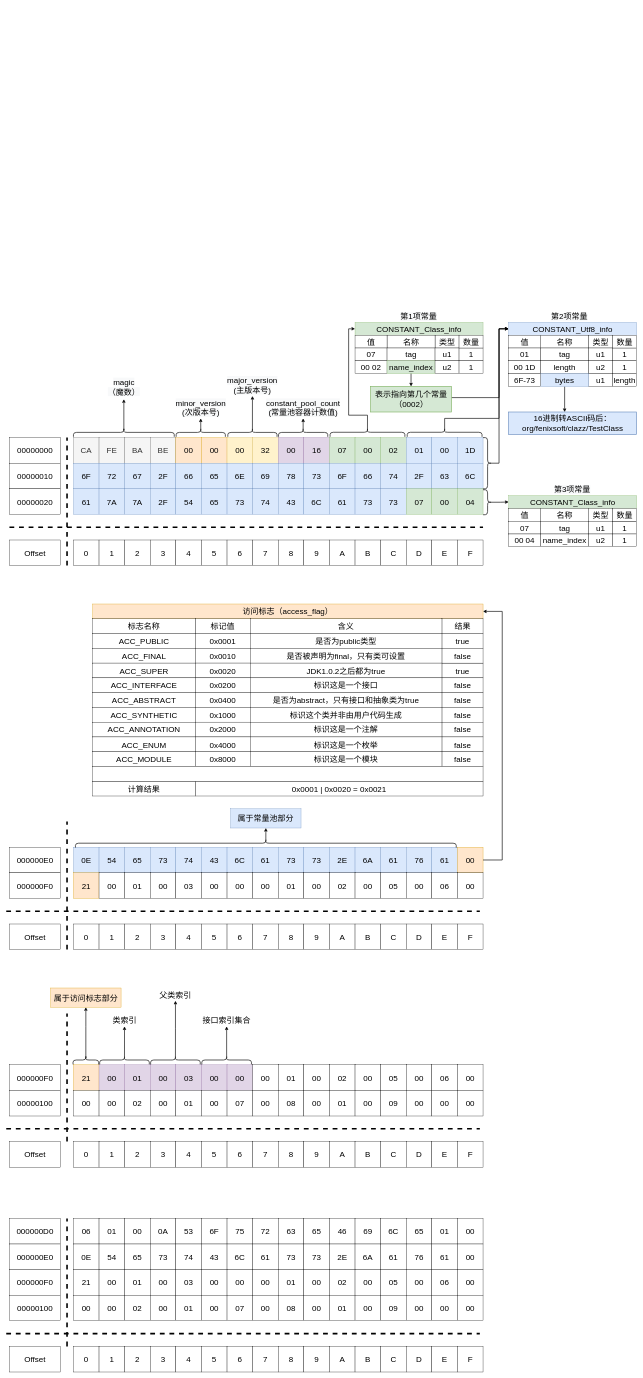
Before: 常量池/Untitled Diagram.drawio in zero-97/picture-of-the-article, a draw.io diagram. Source tidied: cells renumbered, new cells numbered last; positions are measured from the earlier drawing's top-left corner, leaving out a move shared by most shapes. Both pictures are drawn from the tidied source at 32%, with x=0, y=0 at pixel (6, 309).
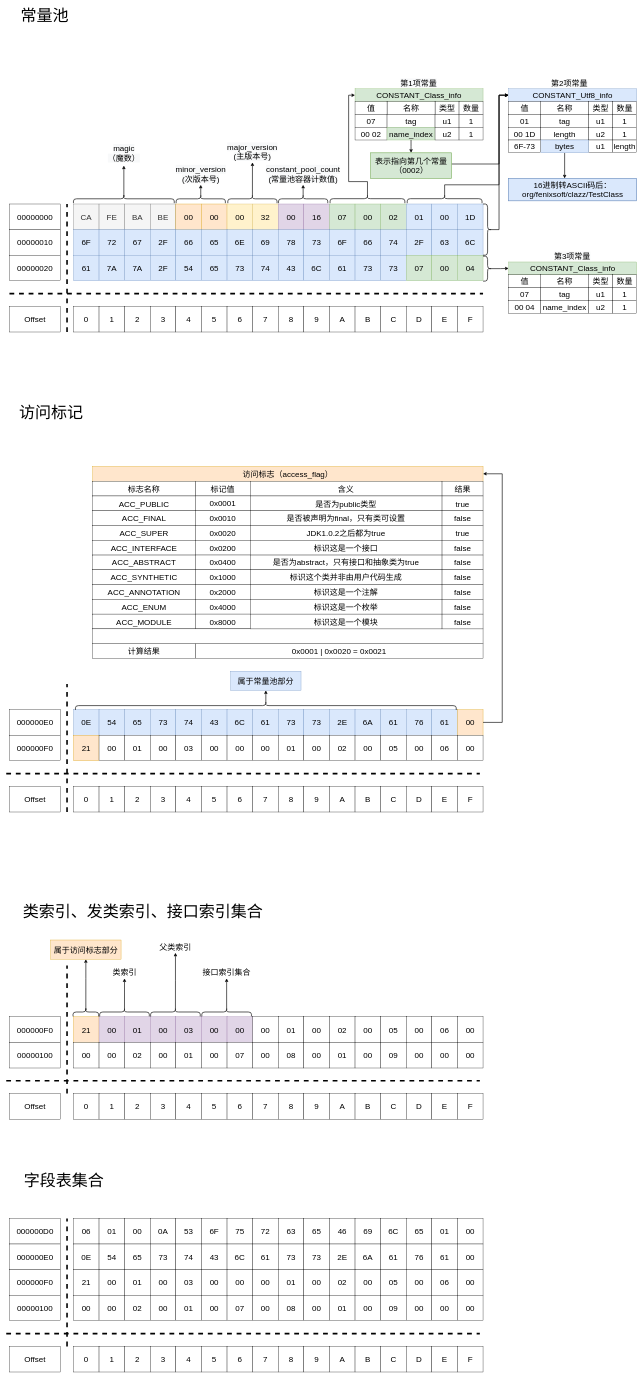
Above is the later version.

The edit, as a diff of the source:
```diff
@@
     <mxCell id="2" style="group;" parent="1" vertex="1">
-      <mxGeometry x="10" y="80" width="1960" height="720" as="geometry" />
+      <mxGeometry x="10" y="-650" width="1960" height="720" as="geometry" />
     </mxCell>
@@
     <mxCell id="157" value="21" style="whiteSpace=wrap;html=1;fontSize=25;fillColor=#ffe6cc;strokeColor=#d79b00;" parent="1" vertex="1">
-      <mxGeometry x="210" y="2360" width="80" height="80" as="geometry" />
+      <mxGeometry x="210" y="2210" width="80" height="80" as="geometry" />
     </mxCell>
     <mxCell id="158" value="00" style="whiteSpace=wrap;html=1;fontSize=25;fillColor=#e1d5e7;strokeColor=#9673a6;" parent="1" vertex="1">
-      <mxGeometry x="290" y="2360" width="80" height="80" as="geometry" />
+      <mxGeometry x="290" y="2210" width="80" height="80" as="geometry" />
     </mxCell>
     <mxCell id="159" value="01" style="whiteSpace=wrap;html=1;fontSize=25;fillColor=#e1d5e7;strokeColor=#9673a6;" parent="1" vertex="1">
-      <mxGeometry x="370" y="2360" width="80" height="80" as="geometry" />
+      <mxGeometry x="370" y="2210" width="80" height="80" as="geometry" />
     </mxCell>
     <mxCell id="160" value="00" style="whiteSpace=wrap;html=1;fontSize=25;fillColor=#e1d5e7;strokeColor=#9673a6;" parent="1" vertex="1">
-      <mxGeometry x="450" y="2360" width="80" height="80" as="geometry" />
+      <mxGeometry x="450" y="2210" width="80" height="80" as="geometry" />
     </mxCell>
     <mxCell id="161" value="03" style="whiteSpace=wrap;html=1;fontSize=25;fillColor=#e1d5e7;strokeColor=#9673a6;" parent="1" vertex="1">
-      <mxGeometry x="530" y="2360" width="80" height="80" as="geometry" />
+      <mxGeometry x="530" y="2210" width="80" height="80" as="geometry" />
     </mxCell>
     <mxCell id="162" value="00" style="whiteSpace=wrap;html=1;fontSize=25;fillColor=#e1d5e7;strokeColor=#9673a6;" parent="1" vertex="1">
-      <mxGeometry x="610" y="2360" width="80" height="80" as="geometry" />
+      <mxGeometry x="610" y="2210" width="80" height="80" as="geometry" />
     </mxCell>
     <mxCell id="163" value="00" style="whiteSpace=wrap;html=1;fontSize=25;fillColor=#e1d5e7;strokeColor=#9673a6;" parent="1" vertex="1">
-      <mxGeometry x="690" y="2360" width="80" height="80" as="geometry" />
+      <mxGeometry x="690" y="2210" width="80" height="80" as="geometry" />
     </mxCell>
     <mxCell id="164" value="00" style="whiteSpace=wrap;html=1;fontSize=25;" parent="1" vertex="1">
-      <mxGeometry x="770" y="2360" width="80" height="80" as="geometry" />
+      <mxGeometry x="770" y="2210" width="80" height="80" as="geometry" />
     </mxCell>
     <mxCell id="165" value="01" style="whiteSpace=wrap;html=1;fontSize=25;" parent="1" vertex="1">
-      <mxGeometry x="850" y="2360" width="80" height="80" as="geometry" />
+      <mxGeometry x="850" y="2210" width="80" height="80" as="geometry" />
     </mxCell>
     <mxCell id="166" value="00" style="whiteSpace=wrap;html=1;fontSize=25;" parent="1" vertex="1">
-      <mxGeometry x="930" y="2360" width="80" height="80" as="geometry" />
+      <mxGeometry x="930" y="2210" width="80" height="80" as="geometry" />
     </mxCell>
     <mxCell id="167" value="02" style="whiteSpace=wrap;html=1;fontSize=25;" parent="1" vertex="1">
-      <mxGeometry x="1010" y="2360" width="80" height="80" as="geometry" />
+      <mxGeometry x="1010" y="2210" width="80" height="80" as="geometry" />
     </mxCell>
     <mxCell id="168" value="00" style="whiteSpace=wrap;html=1;fontSize=25;" parent="1" vertex="1">
-      <mxGeometry x="1090" y="2360" width="80" height="80" as="geometry" />
+      <mxGeometry x="1090" y="2210" width="80" height="80" as="geometry" />
     </mxCell>
     <mxCell id="169" value="05" style="whiteSpace=wrap;html=1;fontSize=25;" parent="1" vertex="1">
-      <mxGeometry x="1170" y="2360" width="80" height="80" as="geometry" />
+      <mxGeometry x="1170" y="2210" width="80" height="80" as="geometry" />
     </mxCell>
     <mxCell id="170" value="00" style="whiteSpace=wrap;html=1;fontSize=25;" parent="1" vertex="1">
-      <mxGeometry x="1250" y="2360" width="80" height="80" as="geometry" />
+      <mxGeometry x="1250" y="2210" width="80" height="80" as="geometry" />
     </mxCell>
     <mxCell id="171" value="06" style="whiteSpace=wrap;html=1;fontSize=25;" parent="1" vertex="1">
-      <mxGeometry x="1330" y="2360" width="80" height="80" as="geometry" />
+      <mxGeometry x="1330" y="2210" width="80" height="80" as="geometry" />
     </mxCell>
     <mxCell id="172" value="00" style="whiteSpace=wrap;html=1;fontSize=25;" parent="1" vertex="1">
-      <mxGeometry x="1410" y="2360" width="80" height="80" as="geometry" />
+      <mxGeometry x="1410" y="2210" width="80" height="80" as="geometry" />
     </mxCell>
     <mxCell id="173" style="group;" parent="1" vertex="1">
-      <mxGeometry x="210" y="2600" width="1280" height="80" as="geometry" />
+      <mxGeometry x="210" y="2450" width="1280" height="80" as="geometry" />
     </mxCell>
@@
     <mxCell id="190" style="group;" parent="1" vertex="1">
-      <mxGeometry x="10" y="2200" width="160" height="240" as="geometry" />
+      <mxGeometry x="10" y="2050" width="160" height="240" as="geometry" />
     </mxCell>
@@
     <mxCell id="192" value="Offset" style="rounded=0;whiteSpace=wrap;html=1;fontSize=25;" parent="1" vertex="1">
-      <mxGeometry x="10" y="2600" width="160" height="80" as="geometry" />
+      <mxGeometry x="10" y="2450" width="160" height="80" as="geometry" />
     </mxCell>
     <mxCell id="193" style="endArrow=none;dashed=1;html=1;rounded=0;fontSize=20;strokeColor=#000000;strokeWidth=5;" parent="1" edge="1">
       <mxGeometry relative="1" as="geometry">
-        <mxPoint y="2560" as="sourcePoint" />
-        <mxPoint x="1480" y="2560" as="targetPoint" />
+        <mxPoint y="2410" as="sourcePoint" />
+        <mxPoint x="1480" y="2410" as="targetPoint" />
       </mxGeometry>
     </mxCell>
     <mxCell id="194" style="endArrow=none;dashed=1;html=1;rounded=0;fontSize=20;strokeColor=#000000;strokeWidth=5;" parent="1" edge="1">
       <mxGeometry relative="1" as="geometry">
-        <mxPoint x="190" y="2600" as="sourcePoint" />
-        <mxPoint x="190" y="2200" as="targetPoint" />
+        <mxPoint x="190" y="2450" as="sourcePoint" />
+        <mxPoint x="190" y="2050" as="targetPoint" />
       </mxGeometry>
     </mxCell>
     <mxCell id="195" value="00000100" style="rounded=0;whiteSpace=wrap;html=1;fontSize=25;" parent="1" vertex="1">
-      <mxGeometry x="10" y="2440" width="160" height="80" as="geometry" />
+      <mxGeometry x="10" y="2290" width="160" height="80" as="geometry" />
     </mxCell>
     <mxCell id="196" value="00" style="whiteSpace=wrap;html=1;fontSize=25;" parent="1" vertex="1">
-      <mxGeometry x="210" y="2440" width="80" height="80" as="geometry" />
+      <mxGeometry x="210" y="2290" width="80" height="80" as="geometry" />
     </mxCell>
     <mxCell id="197" value="00" style="whiteSpace=wrap;html=1;fontSize=25;" parent="1" vertex="1">
-      <mxGeometry x="290" y="2440" width="80" height="80" as="geometry" />
+      <mxGeometry x="290" y="2290" width="80" height="80" as="geometry" />
     </mxCell>
     <mxCell id="198" value="02" style="whiteSpace=wrap;html=1;fontSize=25;" parent="1" vertex="1">
-      <mxGeometry x="370" y="2440" width="80" height="80" as="geometry" />
+      <mxGeometry x="370" y="2290" width="80" height="80" as="geometry" />
     </mxCell>
     <mxCell id="199" value="00" style="whiteSpace=wrap;html=1;fontSize=25;" parent="1" vertex="1">
-      <mxGeometry x="450" y="2440" width="80" height="80" as="geometry" />
+      <mxGeometry x="450" y="2290" width="80" height="80" as="geometry" />
     </mxCell>
     <mxCell id="200" value="01" style="whiteSpace=wrap;html=1;fontSize=25;" parent="1" vertex="1">
-      <mxGeometry x="530" y="2440" width="80" height="80" as="geometry" />
+      <mxGeometry x="530" y="2290" width="80" height="80" as="geometry" />
     </mxCell>
     <mxCell id="201" value="00" style="whiteSpace=wrap;html=1;fontSize=25;" parent="1" vertex="1">
-      <mxGeometry x="610" y="2440" width="80" height="80" as="geometry" />
+      <mxGeometry x="610" y="2290" width="80" height="80" as="geometry" />
     </mxCell>
     <mxCell id="202" value="07" style="whiteSpace=wrap;html=1;fontSize=25;" parent="1" vertex="1">
-      <mxGeometry x="690" y="2440" width="80" height="80" as="geometry" />
+      <mxGeometry x="690" y="2290" width="80" height="80" as="geometry" />
     </mxCell>
     <mxCell id="203" value="00" style="whiteSpace=wrap;html=1;fontSize=25;" parent="1" vertex="1">
-      <mxGeometry x="770" y="2440" width="80" height="80" as="geometry" />
+      <mxGeometry x="770" y="2290" width="80" height="80" as="geometry" />
     </mxCell>
     <mxCell id="204" value="08" style="whiteSpace=wrap;html=1;fontSize=25;" parent="1" vertex="1">
-      <mxGeometry x="850" y="2440" width="80" height="80" as="geometry" />
+      <mxGeometry x="850" y="2290" width="80" height="80" as="geometry" />
     </mxCell>
     <mxCell id="205" value="00" style="whiteSpace=wrap;html=1;fontSize=25;" parent="1" vertex="1">
-      <mxGeometry x="930" y="2440" width="80" height="80" as="geometry" />
+      <mxGeometry x="930" y="2290" width="80" height="80" as="geometry" />
     </mxCell>
     <mxCell id="206" value="01" style="whiteSpace=wrap;html=1;fontSize=25;" parent="1" vertex="1">
-      <mxGeometry x="1010" y="2440" width="80" height="80" as="geometry" />
+      <mxGeometry x="1010" y="2290" width="80" height="80" as="geometry" />
     </mxCell>
     <mxCell id="207" value="00" style="whiteSpace=wrap;html=1;fontSize=25;" parent="1" vertex="1">
-      <mxGeometry x="1090" y="2440" width="80" height="80" as="geometry" />
+      <mxGeometry x="1090" y="2290" width="80" height="80" as="geometry" />
     </mxCell>
     <mxCell id="208" value="09" style="whiteSpace=wrap;html=1;fontSize=25;" parent="1" vertex="1">
-      <mxGeometry x="1170" y="2440" width="80" height="80" as="geometry" />
+      <mxGeometry x="1170" y="2290" width="80" height="80" as="geometry" />
     </mxCell>
     <mxCell id="209" value="00" style="whiteSpace=wrap;html=1;fontSize=25;" parent="1" vertex="1">
-      <mxGeometry x="1250" y="2440" width="80" height="80" as="geometry" />
+      <mxGeometry x="1250" y="2290" width="80" height="80" as="geometry" />
     </mxCell>
     <mxCell id="210" value="00" style="whiteSpace=wrap;html=1;fontSize=25;" parent="1" vertex="1">
-      <mxGeometry x="1330" y="2440" width="80" height="80" as="geometry" />
+      <mxGeometry x="1330" y="2290" width="80" height="80" as="geometry" />
     </mxCell>
     <mxCell id="211" value="00" style="whiteSpace=wrap;html=1;fontSize=25;" parent="1" vertex="1">
-      <mxGeometry x="1410" y="2440" width="80" height="80" as="geometry" />
+      <mxGeometry x="1410" y="2290" width="80" height="80" as="geometry" />
     </mxCell>
@@
     <mxCell id="302" style="group;" parent="1" vertex="1">
-      <mxGeometry y="920" width="1550" height="1080" as="geometry" />
+      <mxGeometry y="490" width="1550" height="1080" as="geometry" />
     </mxCell>
@@
     <mxCell id="410" style="edgeStyle=orthogonalEdgeStyle;rounded=0;jettySize=auto;html=1;entryX=0.5;entryY=1;entryDx=0;entryDy=0;fontSize=25;strokeWidth=2;exitX=0.318;exitY=0.5;exitDx=0;exitDy=0;exitPerimeter=0;" parent="1" edge="1" source="411" target="412">
       <mxGeometry relative="1" as="geometry">
         <Array as="points">
-          <mxPoint x="249" y="2240" />
-          <mxPoint x="249" y="2240" />
+          <mxPoint x="249" y="2090" />
+          <mxPoint x="249" y="2090" />
         </Array>
       </mxGeometry>
     </mxCell>
     <mxCell id="411" style="shape=curlyBracket;whiteSpace=wrap;html=1;rounded=1;flipH=1;rotation=-90;strokeWidth=2;" parent="1" vertex="1">
-      <mxGeometry x="235" y="2305" width="27.5" height="80" as="geometry" />
+      <mxGeometry x="235" y="2155" width="27.5" height="80" as="geometry" />
     </mxCell>
     <mxCell id="412" value="属于访问标志部分" style="rounded=0;whiteSpace=wrap;html=1;fontSize=25;fillColor=#ffe6cc;strokeColor=#d79b00;" parent="1" vertex="1">
-      <mxGeometry x="138.8" y="2120" width="220" height="60" as="geometry" />
+      <mxGeometry x="138.8" y="1970" width="220" height="60" as="geometry" />
     </mxCell>
@@
     <mxCell id="414" style="shape=curlyBracket;whiteSpace=wrap;html=1;rounded=1;flipH=1;rotation=-90;strokeWidth=2;" parent="1" vertex="1">
-      <mxGeometry x="355.8" y="2267.5" width="27.5" height="155" as="geometry" />
+      <mxGeometry x="355.8" y="2117.5" width="27.5" height="155" as="geometry" />
     </mxCell>
@@
     <mxCell id="416" style="shape=curlyBracket;whiteSpace=wrap;html=1;rounded=1;flipH=1;rotation=-90;strokeWidth=2;" parent="1" vertex="1">
-      <mxGeometry x="515" y="2267.5" width="27.5" height="155" as="geometry" />
+      <mxGeometry x="515" y="2117.5" width="27.5" height="155" as="geometry" />
     </mxCell>
@@
     <mxCell id="418" style="shape=curlyBracket;whiteSpace=wrap;html=1;rounded=1;flipH=1;rotation=-90;strokeWidth=2;" parent="1" vertex="1">
-      <mxGeometry x="675" y="2267.5" width="27.5" height="155" as="geometry" />
+      <mxGeometry x="675" y="2117.5" width="27.5" height="155" as="geometry" />
     </mxCell>
     <mxCell id="419" value="&lt;font face=&quot;helvetica&quot;&gt;&lt;span style=&quot;font-size: 25px&quot;&gt;类索引&lt;/span&gt;&lt;/font&gt;" style="text;whiteSpace=wrap;html=1;fontSize=20;align=center;" parent="1" vertex="1">
-      <mxGeometry x="315.8" y="2200" width="107.5" height="40" as="geometry" />
+      <mxGeometry x="315.8" y="2050" width="107.5" height="40" as="geometry" />
     </mxCell>
     <mxCell id="420" value="&lt;font face=&quot;helvetica&quot;&gt;&lt;span style=&quot;font-size: 25px&quot;&gt;父类索引&lt;/span&gt;&lt;/font&gt;" style="text;whiteSpace=wrap;html=1;fontSize=20;align=center;" parent="1" vertex="1">
-      <mxGeometry x="475" y="2120" width="107.5" height="40" as="geometry" />
+      <mxGeometry x="475" y="1970" width="107.5" height="40" as="geometry" />
     </mxCell>
     <mxCell id="421" value="&lt;font face=&quot;helvetica&quot;&gt;&lt;span style=&quot;font-size: 25px&quot;&gt;接口索引集合&lt;/span&gt;&lt;/font&gt;" style="text;whiteSpace=wrap;html=1;fontSize=20;align=center;" parent="1" vertex="1">
-      <mxGeometry x="608.8" y="2200" width="160" height="40" as="geometry" />
+      <mxGeometry x="608.8" y="2050" width="160" height="40" as="geometry" />
     </mxCell>
+    <mxCell id="422" value="&lt;font style=&quot;font-size: 50px&quot;&gt;常量池&lt;/font&gt;" style="text;html=1;strokeColor=none;fillColor=none;align=center;verticalAlign=middle;whiteSpace=wrap;rounded=0;" parent="1" vertex="1">
+      <mxGeometry x="20" y="-950" width="200" height="60" as="geometry" />
+    </mxCell>
+    <mxCell id="423" value="&lt;font style=&quot;font-size: 50px&quot;&gt;访问标记&lt;/font&gt;" style="text;html=1;strokeColor=none;fillColor=none;align=center;verticalAlign=middle;whiteSpace=wrap;rounded=0;" parent="1" vertex="1">
+      <mxGeometry x="20" y="290" width="240" height="60" as="geometry" />
+    </mxCell>
+    <mxCell id="424" value="&lt;font style=&quot;font-size: 50px&quot;&gt;类索引、发类索引、接口索引集合&lt;/font&gt;" style="text;html=1;strokeColor=none;fillColor=none;align=center;verticalAlign=middle;whiteSpace=wrap;rounded=0;" parent="1" vertex="1">
+      <mxGeometry x="22.5" y="1850" width="807.5" height="60" as="geometry" />
+    </mxCell>
+    <mxCell id="425" value="&lt;font style=&quot;font-size: 50px&quot;&gt;字段表集合&lt;/font&gt;" style="text;html=1;strokeColor=none;fillColor=none;align=center;verticalAlign=middle;whiteSpace=wrap;rounded=0;" parent="1" vertex="1">
+      <mxGeometry x="20" y="2690" width="320" height="60" as="geometry" />
+    </mxCell>
```
